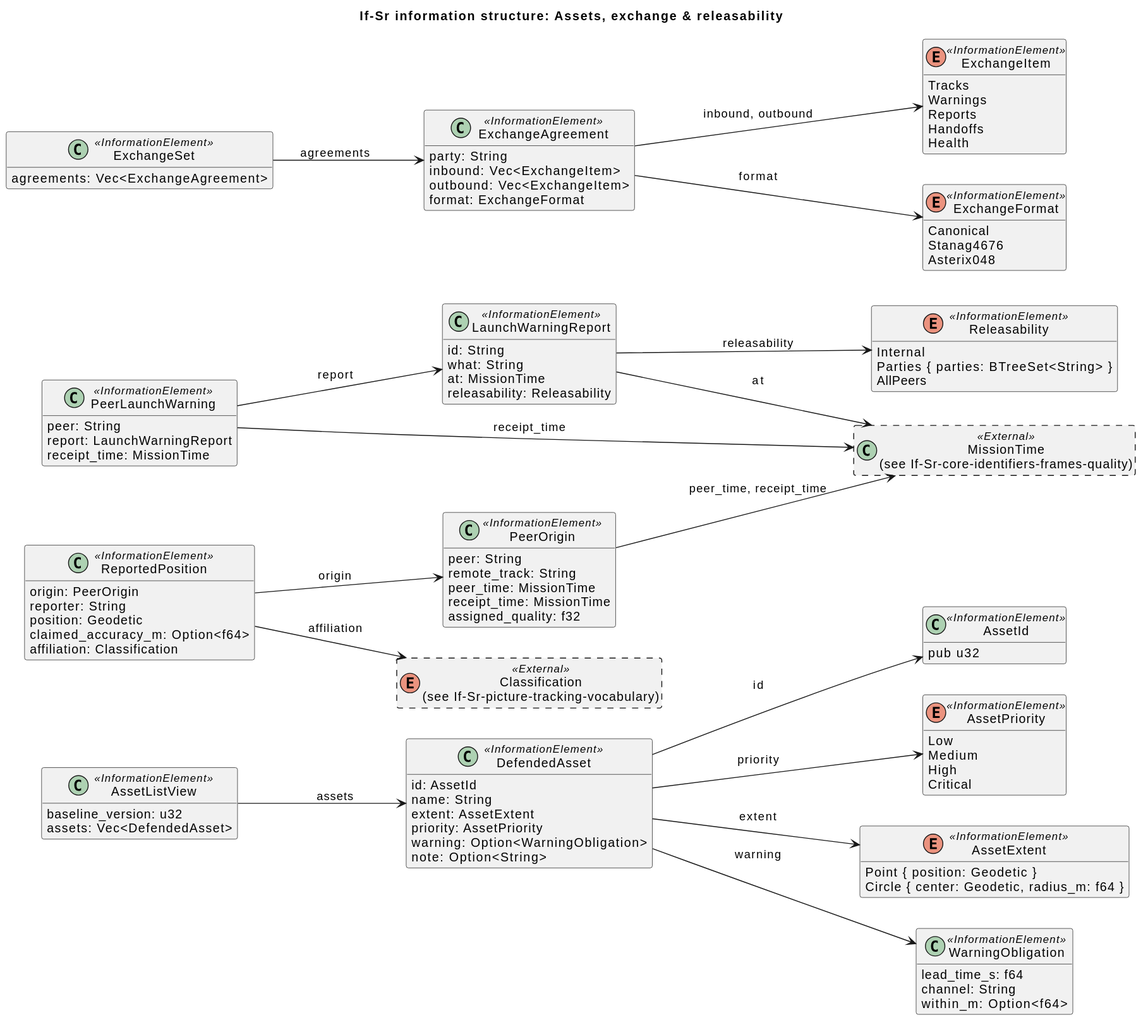
Before: docs/architecture/uaf/rendered/information/If-Sr-assets-exchange-releasability.svg, a diagram exported from PlantUML (WayneRoessling/gungnir).
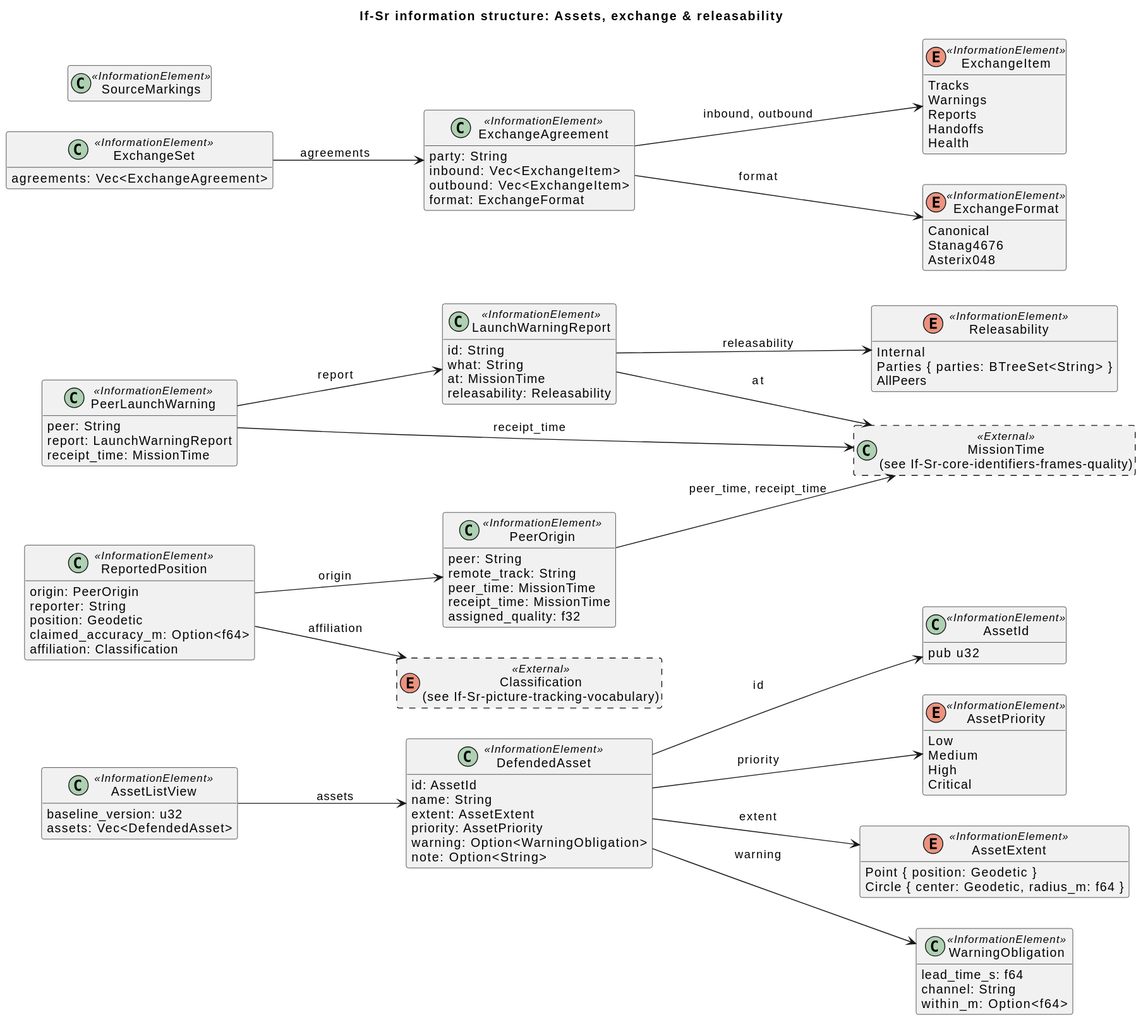
Above is the later version.

Diff of the diagram source:
```diff
@@ -84,6 +84,8 @@
   Parties { parties: BTreeSet<String> }
   AllPeers
 }
+class "SourceMarkings" as SourceMarkings <<InformationElement>> {
+}
 enum "Classification\n(see If-Sr-picture-tracking-vocabulary)" as Classification <<External>> #line.dashed {
 }
 class "MissionTime\n(see If-Sr-core-identifiers-frames-quality)" as MissionTime <<External>> #line.dashed {
```
